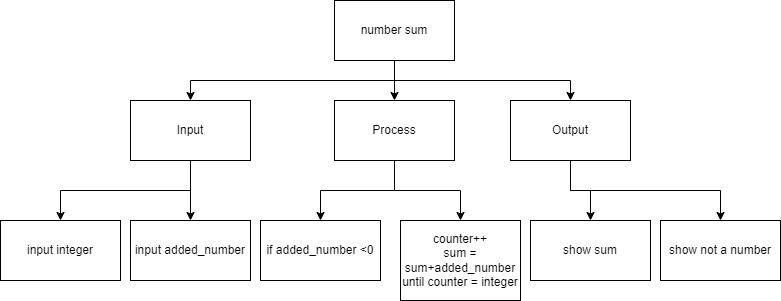
Earlier version of the draw.io export plan.png (devin-jhu/ICS3U-Unit4-07-Python). Source tidied: cells renumbered, new cells last; positions are measured from the earlier drawing's top-left corner, leaving out a move shared by most shapes.
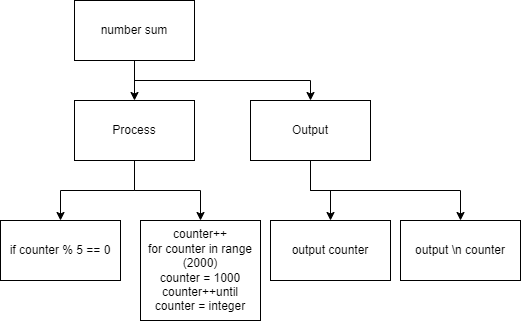
The same file after the commit.

What changed in the source:
```diff
@@ -5,26 +5,12 @@
     <mxCell id="2" style="edgeStyle=orthogonalEdgeStyle;rounded=0;html=1;exitX=0.5;exitY=1;exitDx=0;exitDy=0;entryX=0.5;entryY=0;entryDx=0;entryDy=0;" parent="1" edge="1" source="5" target="11">
       <mxGeometry relative="1" as="geometry" />
     </mxCell>
-    <mxCell id="3" style="edgeStyle=orthogonalEdgeStyle;rounded=0;html=1;exitX=0.5;exitY=1;exitDx=0;exitDy=0;entryX=0.5;entryY=0;entryDx=0;entryDy=0;" parent="1" edge="1" source="5" target="8">
-      <mxGeometry relative="1" as="geometry" />
-    </mxCell>
     <mxCell id="4" style="edgeStyle=orthogonalEdgeStyle;rounded=0;html=1;exitX=0.5;exitY=1;exitDx=0;exitDy=0;" parent="1" edge="1" source="5" target="14">
       <mxGeometry relative="1" as="geometry" />
     </mxCell>
     <mxCell id="5" value="number sum" style="rounded=0;whiteSpace=wrap;html=1;" parent="1" vertex="1">
       <mxGeometry x="334" width="120" height="60" as="geometry" />
     </mxCell>
-    <mxCell id="6" style="edgeStyle=orthogonalEdgeStyle;rounded=0;html=1;exitX=0.5;exitY=1;exitDx=0;exitDy=0;entryX=0.5;entryY=0;entryDx=0;entryDy=0;" parent="1" edge="1" source="8">
-      <mxGeometry relative="1" as="geometry">
-        <mxPoint x="190" y="220" as="targetPoint" />
-      </mxGeometry>
-    </mxCell>
-    <mxCell id="7" style="edgeStyle=orthogonalEdgeStyle;rounded=0;html=1;exitX=0.5;exitY=1;exitDx=0;exitDy=0;" parent="1" edge="1" source="8" target="17">
-      <mxGeometry relative="1" as="geometry" />
-    </mxCell>
-    <mxCell id="8" value="Input" style="rounded=0;whiteSpace=wrap;html=1;" parent="1" vertex="1">
-      <mxGeometry x="130" y="100" width="120" height="60" as="geometry" />
-    </mxCell>
     <mxCell id="9" style="edgeStyle=orthogonalEdgeStyle;html=1;exitX=0.5;exitY=1;exitDx=0;exitDy=0;rounded=0;" parent="1" edge="1" source="11" target="15">
       <mxGeometry relative="1" as="geometry" />
     </mxCell>
@@ -43,22 +29,16 @@
     <mxCell id="14" value="Output" style="rounded=0;whiteSpace=wrap;html=1;" parent="1" vertex="1">
       <mxGeometry x="510" y="100" width="120" height="60" as="geometry" />
     </mxCell>
-    <mxCell id="15" value="counter++&lt;br&gt;sum = sum+added_number&lt;br&gt;until counter = integer" style="rounded=0;whiteSpace=wrap;html=1;" parent="1" vertex="1">
-      <mxGeometry x="400" y="220" width="120" height="80" as="geometry" />
+    <mxCell id="15" value="counter++&lt;br&gt;for counter in range (2000)&lt;br&gt;counter = 1000&lt;br&gt;counter++until counter = integer" style="rounded=0;whiteSpace=wrap;html=1;" parent="1" vertex="1">
+      <mxGeometry x="400" y="220" width="120" height="100" as="geometry" />
     </mxCell>
-    <mxCell id="16" value="show sum" style="rounded=0;whiteSpace=wrap;html=1;" parent="1" vertex="1">
+    <mxCell id="16" value="output counter" style="rounded=0;whiteSpace=wrap;html=1;" parent="1" vertex="1">
       <mxGeometry x="530" y="220" width="120" height="60" as="geometry" />
     </mxCell>
-    <mxCell id="17" value="input integer" style="rounded=0;whiteSpace=wrap;html=1;" parent="1" vertex="1">
-      <mxGeometry y="220" width="120" height="60" as="geometry" />
-    </mxCell>
-    <mxCell id="18" value="show not a number" style="rounded=0;whiteSpace=wrap;html=1;" parent="1" vertex="1">
+    <mxCell id="18" value="output \n counter" style="rounded=0;whiteSpace=wrap;html=1;" parent="1" vertex="1">
       <mxGeometry x="660" y="220" width="120" height="60" as="geometry" />
     </mxCell>
-    <mxCell id="19" value="input added_number" style="rounded=0;whiteSpace=wrap;html=1;" parent="1" vertex="1">
-      <mxGeometry x="130" y="220" width="120" height="60" as="geometry" />
-    </mxCell>
-    <mxCell id="20" value="if added_number &amp;lt;0" style="rounded=0;whiteSpace=wrap;html=1;" parent="1" vertex="1">
+    <mxCell id="20" value="if counter % 5 == 0" style="rounded=0;whiteSpace=wrap;html=1;" parent="1" vertex="1">
       <mxGeometry x="260" y="220" width="120" height="60" as="geometry" />
     </mxCell>
   </root>
```
